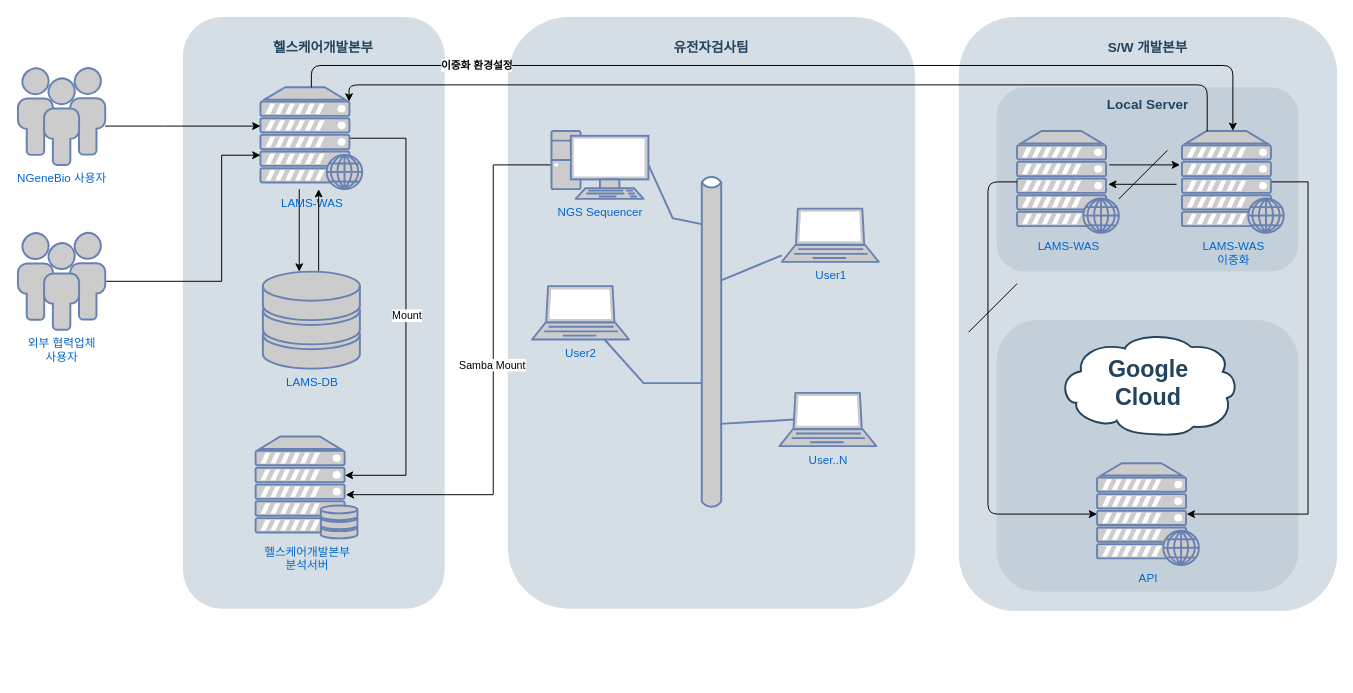
JamesHField/NGENEBIO_Workflow keeps this draw.io diagram as NGB_HC_네트워크구성도.drawio. Above is the earlier version. Source tidied: cells renumbered, new cells numbered last; positions are measured from the earlier drawing's top-left corner, leaving out a move shared by most shapes. Both pictures are drawn from the tidied source at 97%, with x=0, y=0 at pixel (17, -3).
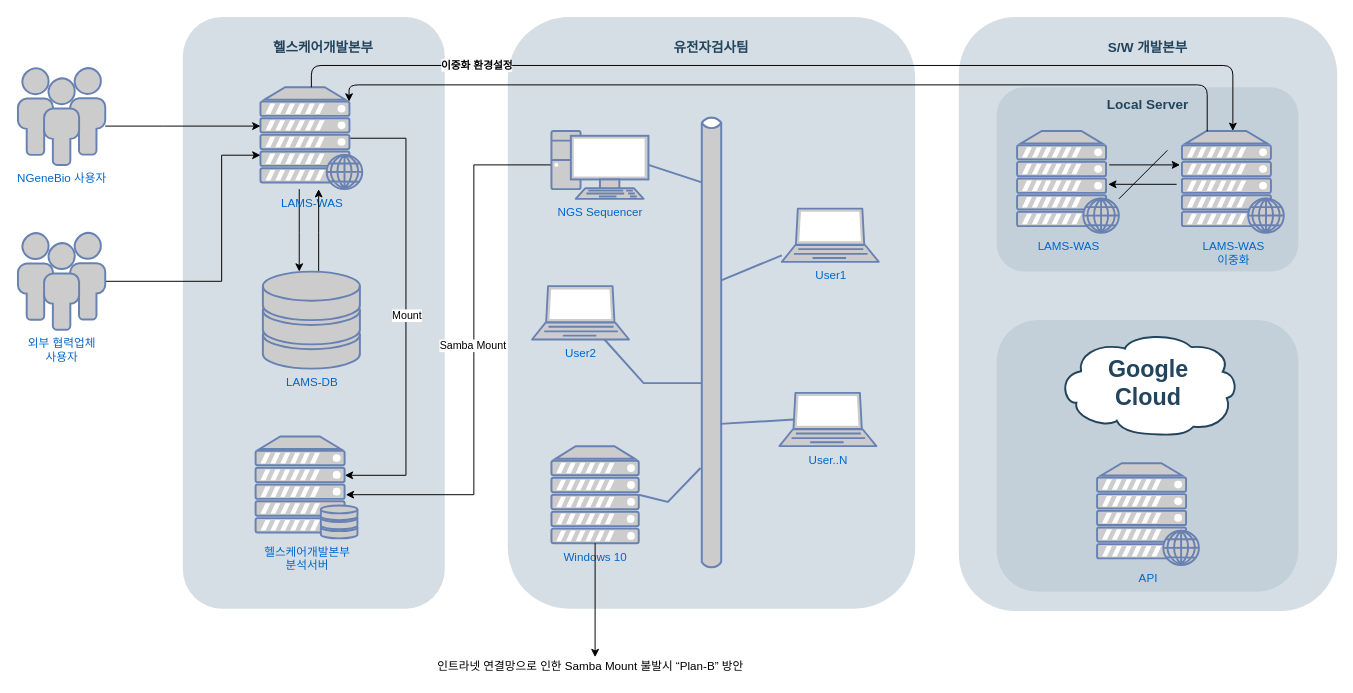
The same diagram, later.

Commit message:
네트워크구성도 수정

Unchanged cells that the change refers to:
```xml
<mxCell id="14" value="LAMS-WAS" style="fontColor=#0066CC;verticalAlign=top;verticalLabelPosition=bottom;labelPosition=center;align=center;html=1;outlineConnect=0;fillColor=#CCCCCC;strokeColor=#6881B3;gradientColor=none;gradientDirection=north;strokeWidth=2;shape=mxgraph.networks.web_server;direction=east;" parent="1" vertex="1">
  <mxGeometry x="1030" y="137.5" width="105" height="105" as="geometry" />
</mxCell>
<mxCell id="15" value="API" style="fontColor=#0066CC;verticalAlign=top;verticalLabelPosition=bottom;labelPosition=center;align=center;html=1;outlineConnect=0;fillColor=#CCCCCC;strokeColor=#6881B3;gradientColor=none;gradientDirection=north;strokeWidth=2;shape=mxgraph.networks.web_server;" parent="1" vertex="1">
  <mxGeometry x="1112.5" y="480" width="105" height="105" as="geometry" />
</mxCell>
<mxCell id="23" value="NGS Sequencer" style="fontColor=#0066CC;verticalAlign=top;verticalLabelPosition=bottom;labelPosition=center;align=center;html=1;outlineConnect=0;fillColor=#CCCCCC;strokeColor=#6881B3;gradientColor=none;gradientDirection=north;strokeWidth=2;shape=mxgraph.networks.pc;" parent="1" vertex="1">
  <mxGeometry x="550" y="137.5" width="100" height="70" as="geometry" />
</mxCell>
<mxCell id="37" value="LAMS-WAS&lt;br&gt;이중화" style="fontColor=#0066CC;verticalAlign=top;verticalLabelPosition=bottom;labelPosition=center;align=center;html=1;outlineConnect=0;fillColor=#CCCCCC;strokeColor=#6881B3;gradientColor=none;gradientDirection=north;strokeWidth=2;shape=mxgraph.networks.web_server;" parent="1" vertex="1">
  <mxGeometry x="1200" y="137.5" width="105" height="105" as="geometry" />
</mxCell>
```

Diff of the diagram source:
```diff
@@
     <mxCell id="21" style="edgeStyle=orthogonalEdgeStyle;rounded=0;jettySize=auto;html=1;exitX=0;exitY=0.5;exitDx=0;exitDy=0;exitPerimeter=0;" parent="1" edge="1" source="23">
       <mxGeometry relative="1" as="geometry">
         <mxPoint x="338" y="512.5" as="targetPoint" />
         <Array as="points">
-          <mxPoint x="490" y="172.5" />
-          <mxPoint x="490" y="512.5" />
+          <mxPoint x="470" y="173" />
+          <mxPoint x="470" y="513" />
         </Array>
       </mxGeometry>
     </mxCell>
@@
     <mxCell id="28" style="html=1;fillColor=#CCCCCC;strokeColor=#6881B3;gradientColor=none;gradientDirection=north;strokeWidth=2;shape=mxgraph.networks.bus;gradientColor=none;gradientDirection=north;fontColor=#ffffff;perimeter=backbonePerimeter;backboneSize=20;horizontal=1;rotation=-90;" parent="1" vertex="1">
-      <mxGeometry x="542.5" y="345" width="345" height="20" as="geometry" />
+      <mxGeometry x="480.6" y="345.6" width="468.8" height="20" as="geometry" />
     </mxCell>
@@
+    <mxCell id="46" style="strokeColor=#6881B3;edgeStyle=none;rounded=0;endArrow=none;html=1;strokeWidth=2;exitX=1;exitY=0.5;exitDx=0;exitDy=0;exitPerimeter=0;" parent="1" edge="1" source="47">
+      <mxGeometry relative="1" as="geometry">
+        <mxPoint x="703.7" y="485" as="targetPoint" />
+        <Array as="points">
+          <mxPoint x="670" y="520" />
+        </Array>
+      </mxGeometry>
+    </mxCell>
@@
     <mxCell id="32" style="strokeColor=#6881B3;edgeStyle=none;rounded=0;endArrow=none;html=1;strokeWidth=2;entryX=0.852;entryY=0;entryDx=0;entryDy=0;entryPerimeter=0;exitX=1;exitY=0.5;exitDx=0;exitDy=0;exitPerimeter=0;" parent="1" edge="1" source="23" target="28">
-      <mxGeometry relative="1" as="geometry">
-        <Array as="points">
-          <mxPoint x="675" y="227.5" />
-        </Array>
-      </mxGeometry>
+      <mxGeometry relative="1" as="geometry" />
     </mxCell>
@@
-    <mxCell id="36" style="edgeStyle=orthogonalEdgeStyle;rounded=0;jettySize=auto;html=1;exitX=0.88;exitY=0.5;exitDx=0;exitDy=0;exitPerimeter=0;entryX=0.88;entryY=0.5;entryDx=0;entryDy=0;entryPerimeter=0;" parent="1" edge="1" source="37" target="15">
-      <mxGeometry relative="1" as="geometry">
-        <Array as="points">
-          <mxPoint x="1330" y="190" />
-          <mxPoint x="1330" y="533" />
-        </Array>
-      </mxGeometry>
-    </mxCell>
@@
-    <mxCell id="40" style="edgeStyle=elbowEdgeStyle;elbow=vertical;endArrow=classic;html=1;entryX=0;entryY=0.5;entryDx=0;entryDy=0;entryPerimeter=0;exitX=0;exitY=0.5;exitDx=0;exitDy=0;exitPerimeter=0;" parent="1" edge="1" source="14" target="15">
-      <mxGeometry relative="1" as="geometry">
-        <Array as="points">
-          <mxPoint x="1000" y="533" />
-        </Array>
-      </mxGeometry>
-    </mxCell>
@@
-    <mxCell id="45" style="endArrow=none;html=1;" parent="1" edge="1">
-      <mxGeometry relative="1" as="geometry">
-        <mxPoint x="980" y="345" as="sourcePoint" />
-        <mxPoint x="1030" y="295" as="targetPoint" />
-      </mxGeometry>
-    </mxCell>
+    <mxCell id="47" value="Windows 10" style="fontColor=#0066CC;verticalAlign=top;verticalLabelPosition=bottom;labelPosition=center;align=center;html=1;outlineConnect=0;fillColor=#CCCCCC;strokeColor=#6881B3;gradientColor=none;gradientDirection=north;strokeWidth=2;shape=mxgraph.networks.server;" parent="1" vertex="1">
+      <mxGeometry x="550" y="462.5" width="90" height="100" as="geometry" />
+    </mxCell>
+    <mxCell id="48" style="endArrow=classic;html=1;exitX=0.5;exitY=1;exitDx=0;exitDy=0;exitPerimeter=0;" parent="1" edge="1" source="47">
+      <mxGeometry relative="1" as="geometry">
+        <mxPoint x="595" y="680" as="targetPoint" />
+      </mxGeometry>
+    </mxCell>
+    <mxCell id="49" value="인트라넷 연결망으로 인한 Samba Mount 불발시 “Plan-B” 방안" style="text;html=1;align=center;verticalAlign=middle;strokeColor=none;" parent="1" vertex="1">
+      <mxGeometry x="430" y="680" width="320" height="20" as="geometry" />
+    </mxCell>
```
